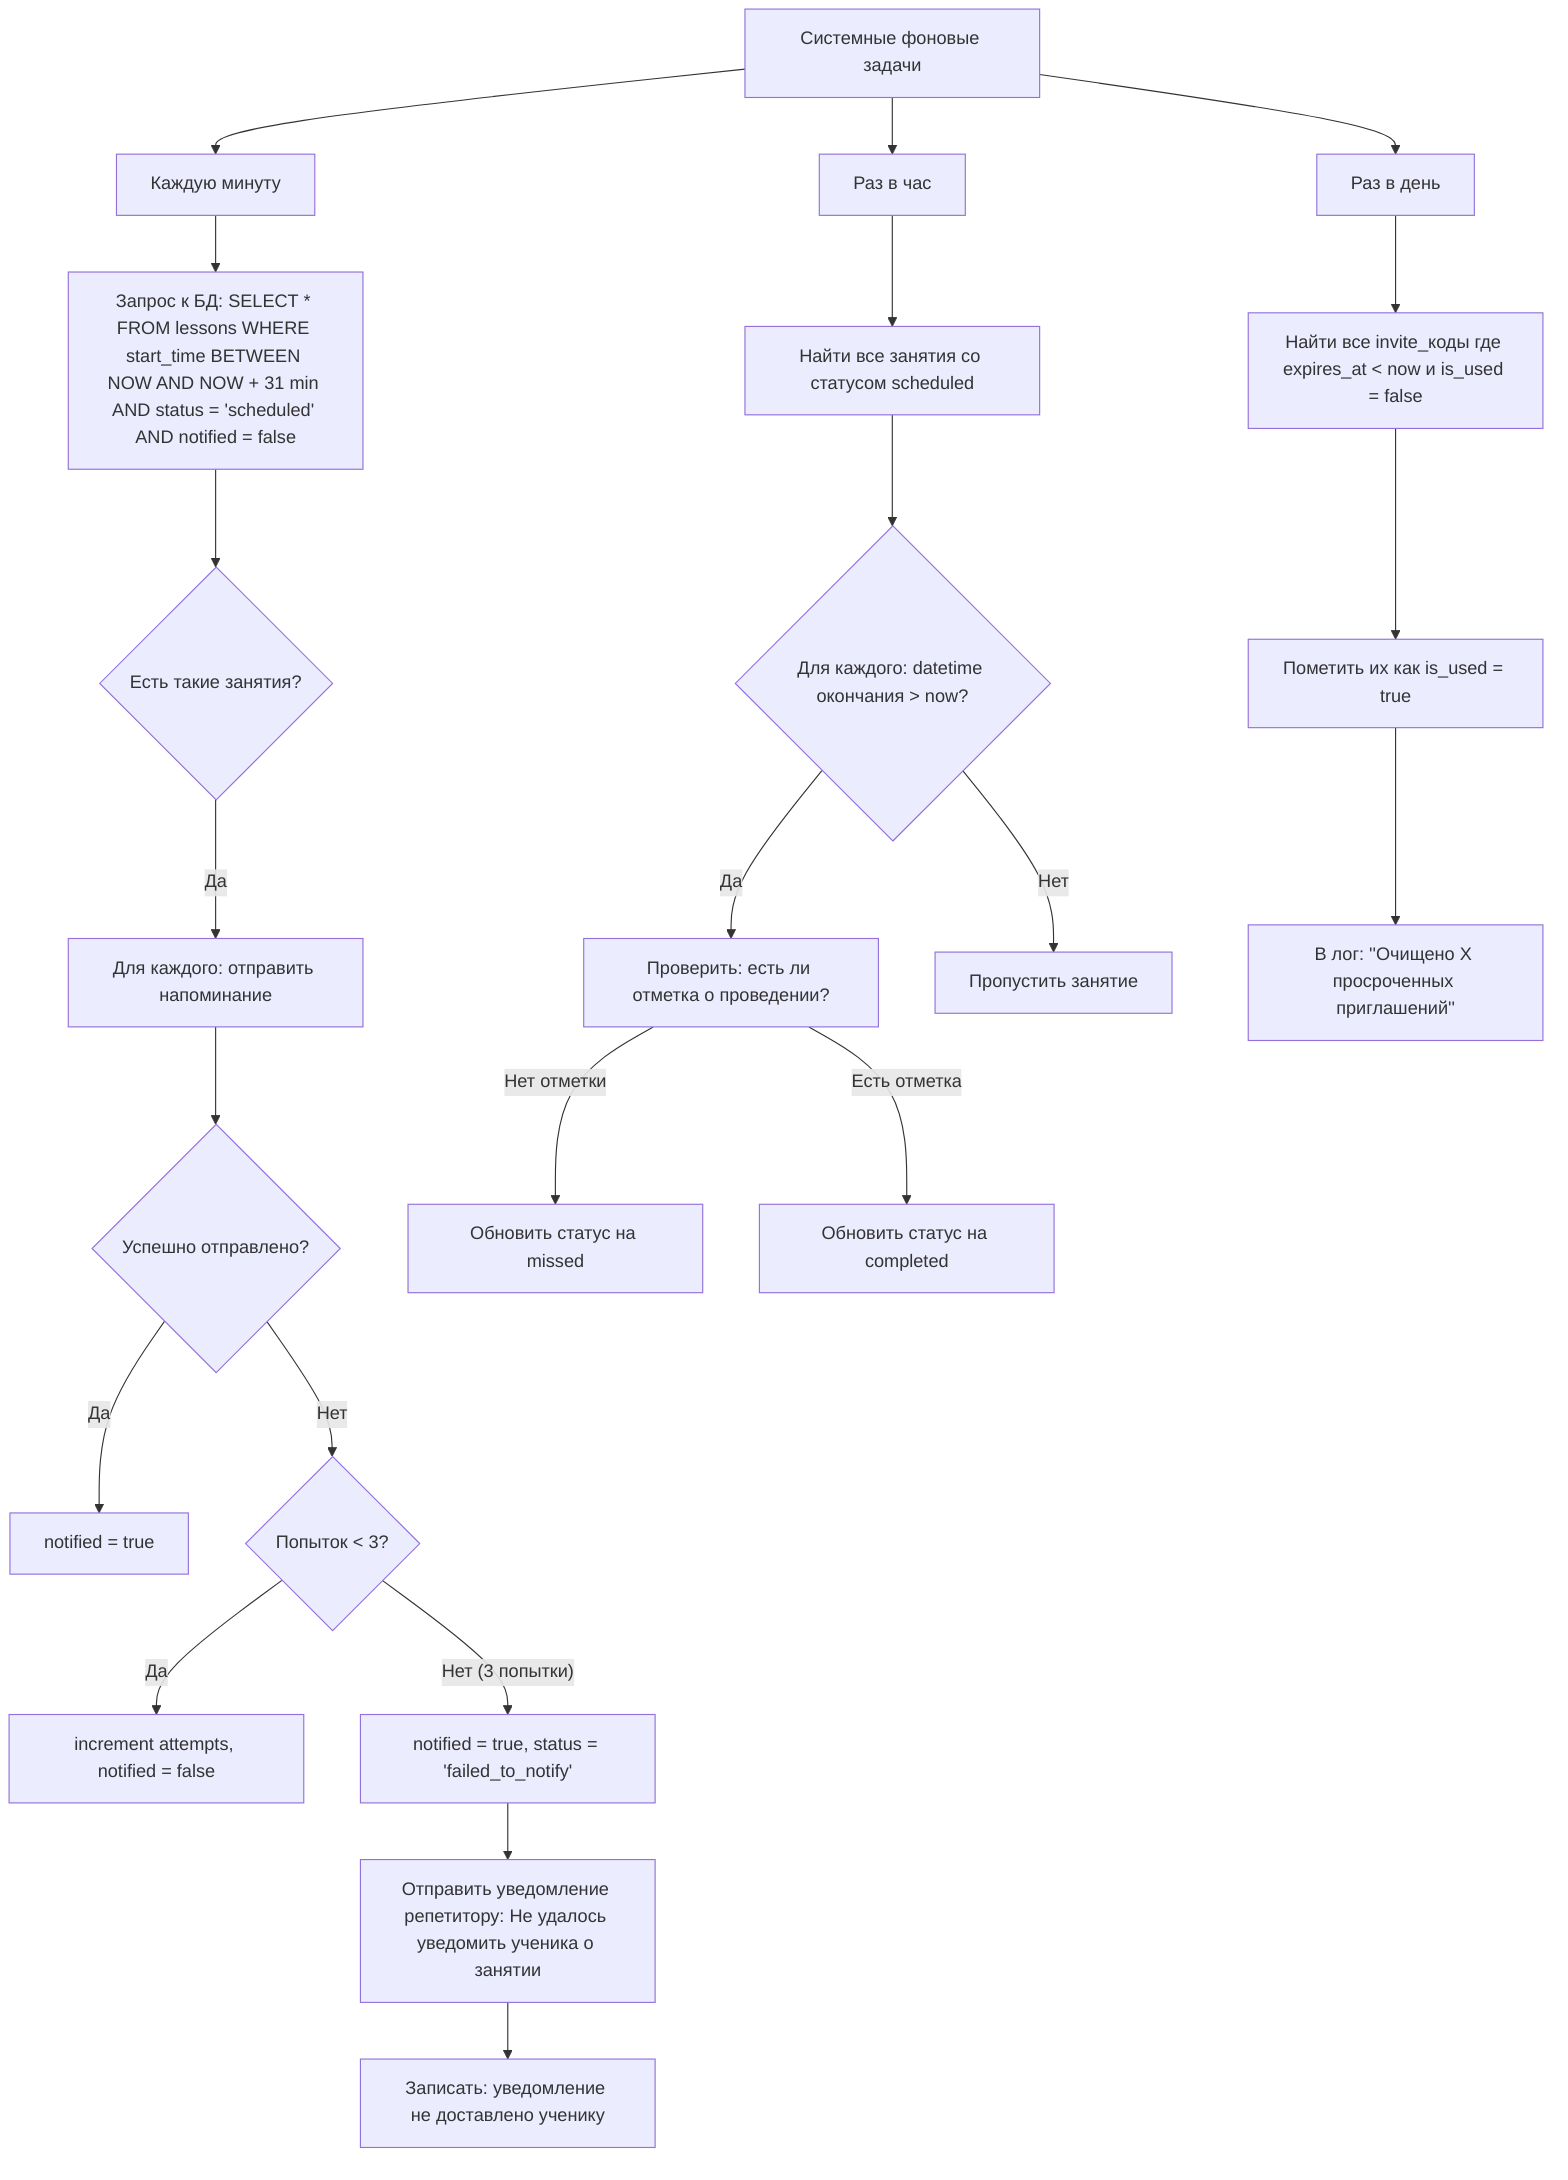
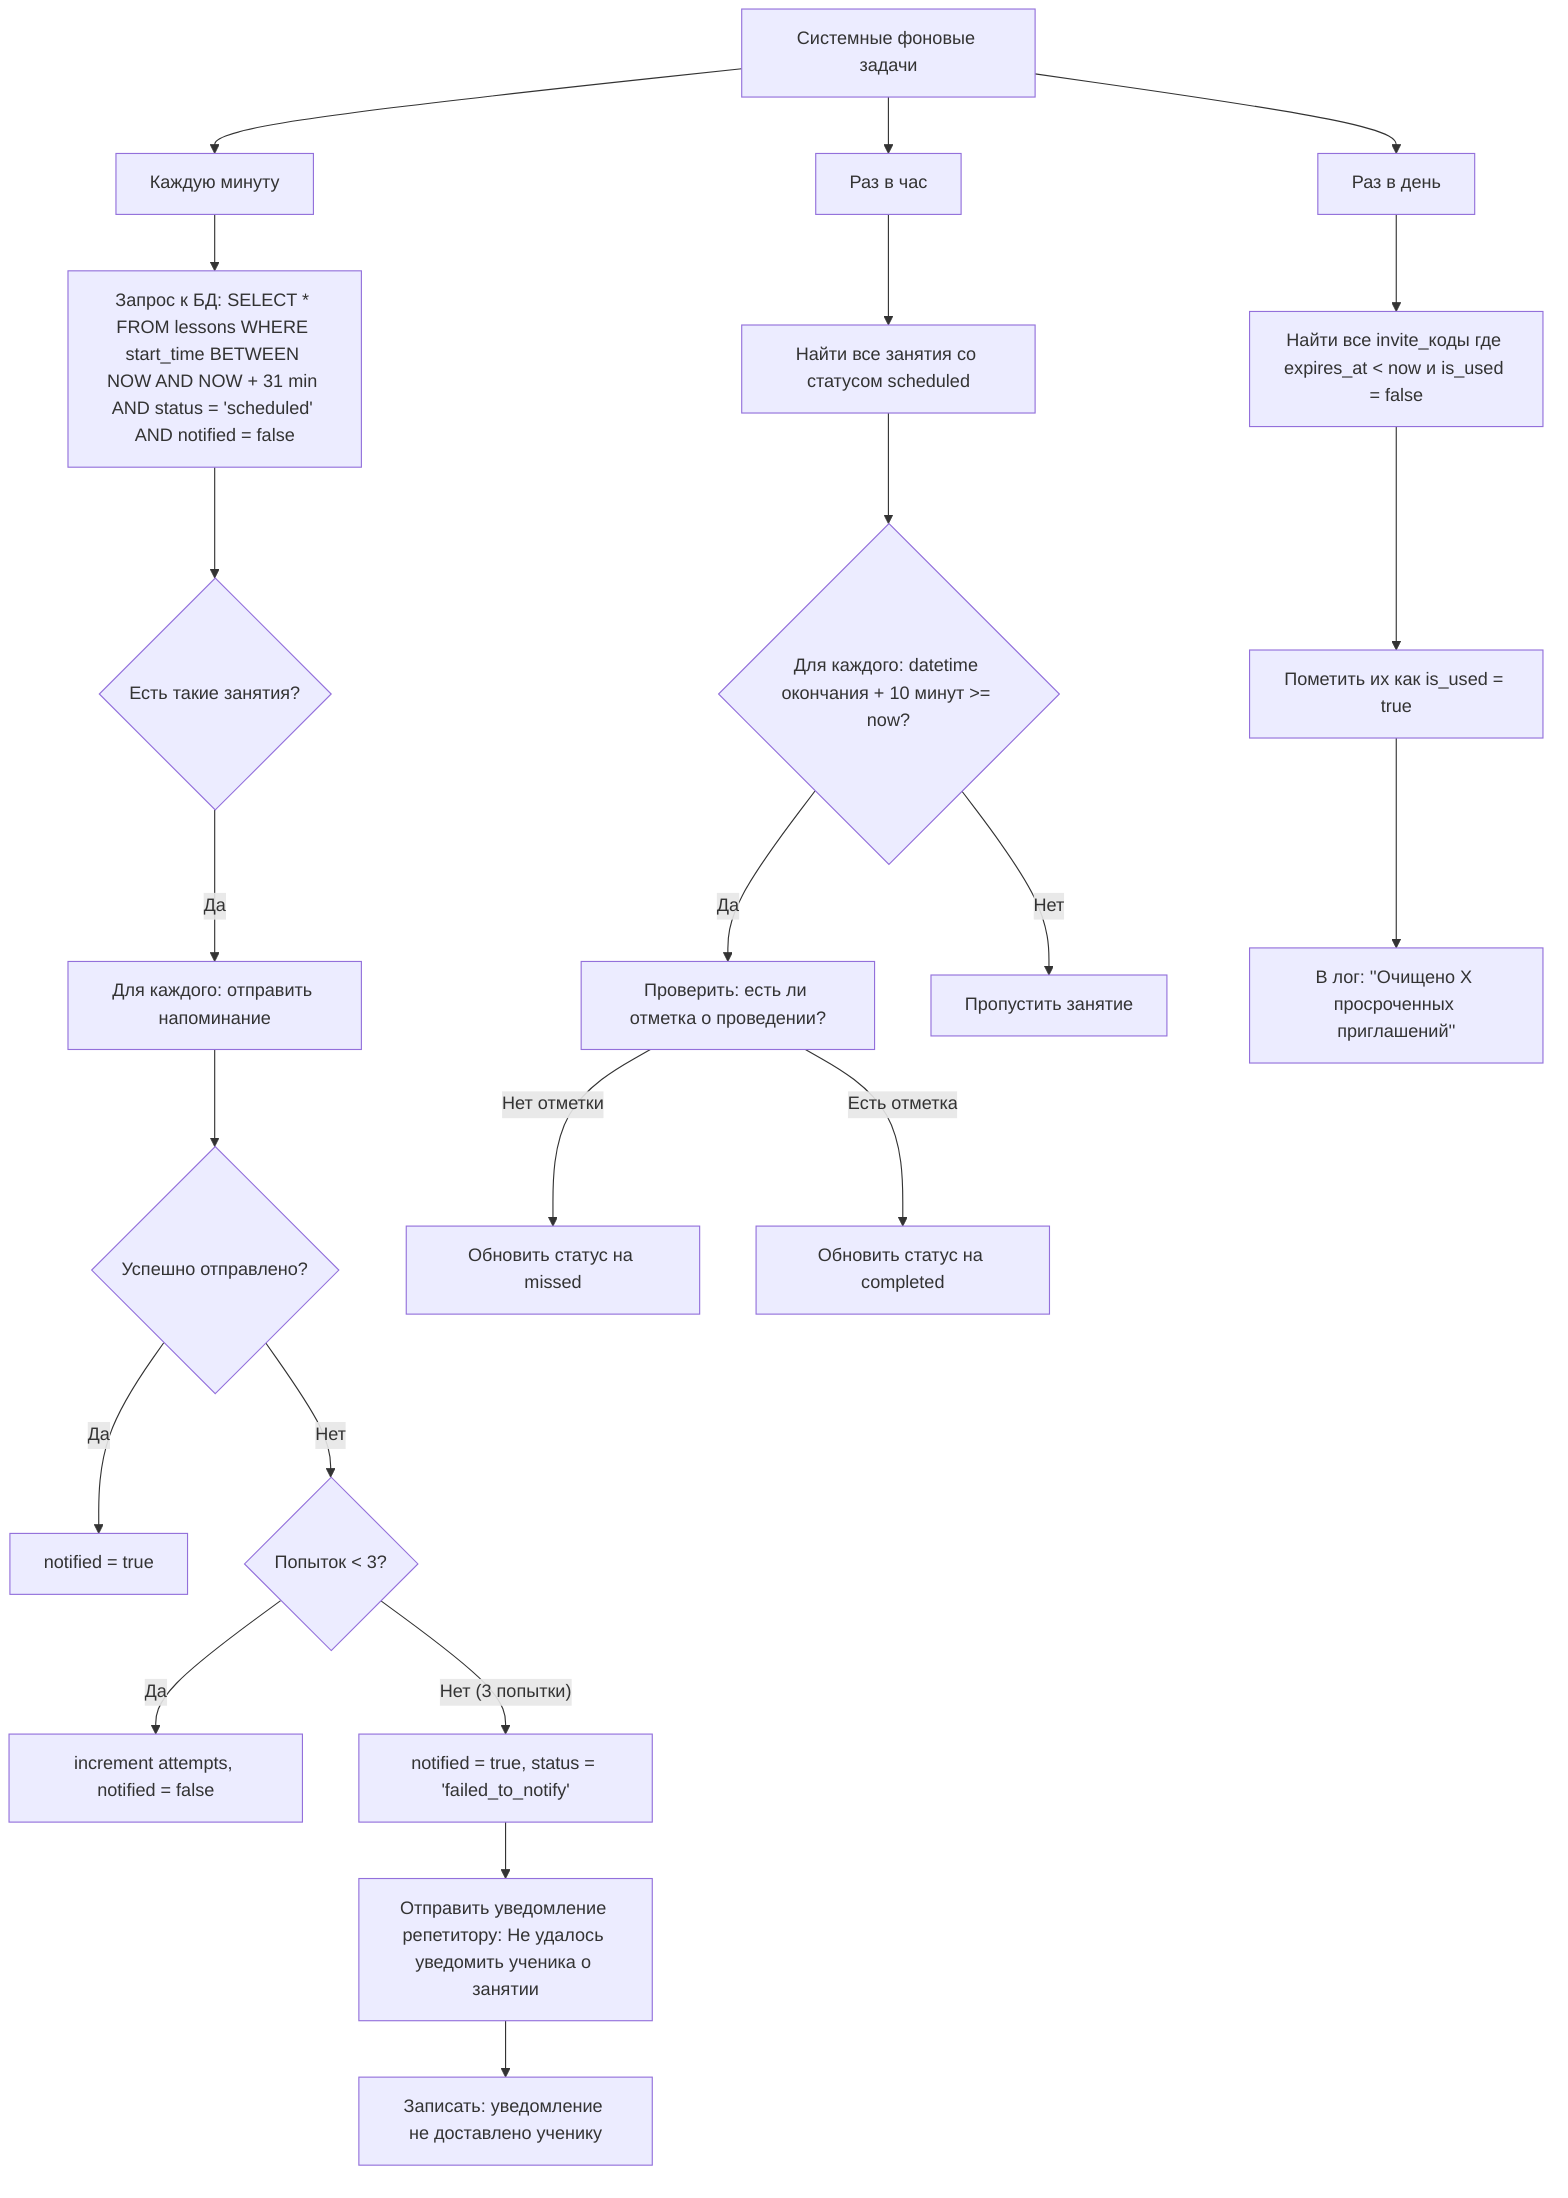
graph TD
    Head[Системные фоновые задачи] --> H
    Head --> N
    Head --> M

    H[Каждую минуту] --> H1[Запрос к БД: SELECT * FROM lessons WHERE start_time BETWEEN NOW AND NOW + 31 min AND status = 'scheduled' AND notified = false]
    H1 --> H2{Есть такие занятия?}
        H2 -- Да --> H3[Для каждого: отправить напоминание ученику]

        H3[Для каждого: отправить напоминание] --> H4{Успешно отправлено?}
            H4 -- Да --> H5[notified = true]

            H4 -- Нет --> H6_check{Попыток < 3?}
            H6_check -- Да --> H6[increment attempts, notified = false]
            H6_check -- Нет (3 попытки) --> H6_fail[notified = true, status = 'failed_to_notify']
            H6_fail --> H6_fail_alt[Отправить уведомление репетитору: Не удалось уведомить ученика о занятии]
            H6_fail_alt --> H6_log[Записать: уведомление не доставлено ученику]

    M[Раз в час] --> M1[Найти все занятия со статусом scheduled]
-     M1 --> M2{Для каждого: datetime окончания > now?}
+     M1 --> M2{Для каждого: datetime окончания + 10 минут >= now?}
    M2 -- Да --> M3[Проверить: есть ли отметка о проведении?]
    M3 -- Нет отметки --> M4[Обновить статус на missed]
    M3 -- Есть отметка --> M5[Обновить статус на completed]
    M2 -- Нет --> M6[Пропустить занятие]

    N[Раз в день] --> N1[Найти все invite_коды где expires_at < now и is_used = false]
    N1 --> N2[Пометить их как is_used = true]
    N2 --> N3[В лог: ''Очищено X просроченных приглашений'']


